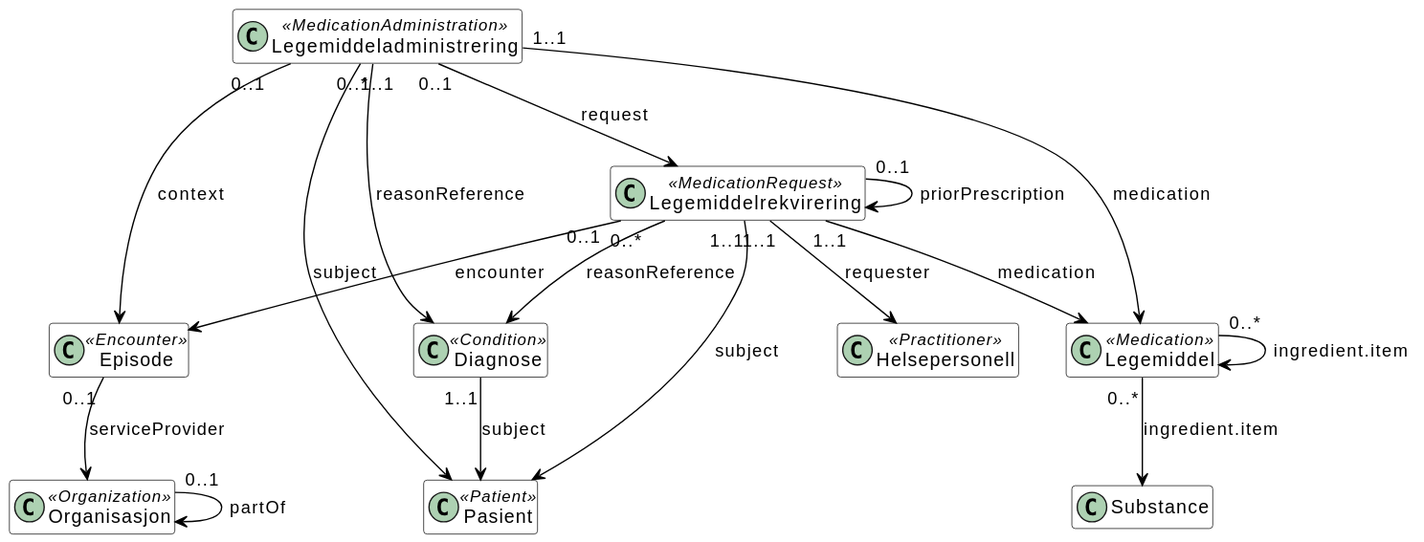
The PlantUML diagram LMDI/input/images/informasjonsmodell-enkel.svg in folkehelseinstituttet/LMDI, before a commit.
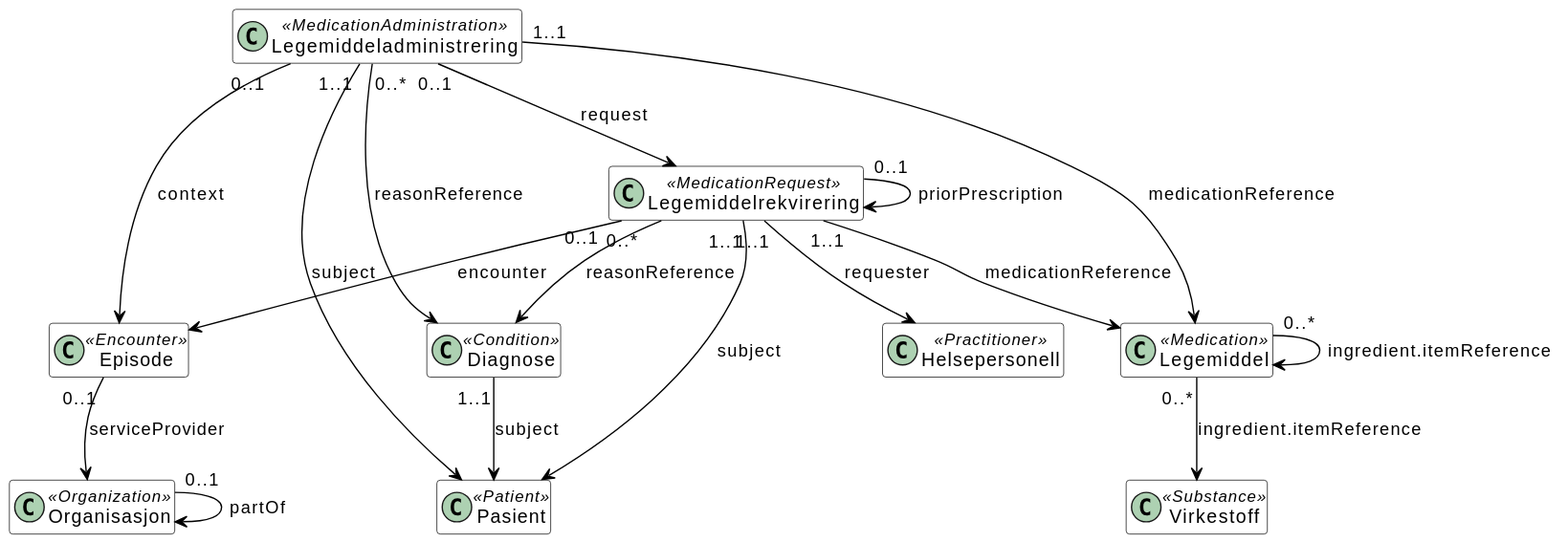
The same diagram one commit later.

Change to the diagram source:
```diff
@@ -14,18 +14,18 @@
 class Legemiddelrekvirering <<MedicationRequest>> [[StructureDefinition-lmdi-medicationrequest.html Legemiddelrekvirering _blank]]
 class Organisasjon <<Organization>> [[StructureDefinition-lmdi-organization.html Organisasjon _blank]]
 class Pasient <<Patient>> [[StructureDefinition-lmdi-patient.html Pasient _blank]]
-class Substance [[substance.html Substance _blank]]
+class Virkestoff <<Substance>> [[StructureDefinition-lmdi-substance.html Virkestoff _blank]]
 
 Diagnose "1..1" --> Pasient : "subject"
 Episode "0..1" --> Organisasjon : "serviceProvider"
-Legemiddel "0..*" --> Substance : "ingredient.item"
-Legemiddel "0..*" --> Legemiddel : "ingredient.item"
-Legemiddeladministrering "1..1" --> Legemiddel : "medication"
+Legemiddel "0..*" --> Virkestoff : "ingredient.itemReference"
+Legemiddel "0..*" --> Legemiddel : "ingredient.itemReference"
+Legemiddeladministrering "1..1" --> Legemiddel : "medicationReference"
 Legemiddeladministrering "1..1" --> Pasient : "subject"
 Legemiddeladministrering "0..1" --> Episode : "context"
 Legemiddeladministrering "0..*" --> Diagnose : "reasonReference"
 Legemiddeladministrering "0..1" --> Legemiddelrekvirering : "request"
-Legemiddelrekvirering "1..1" --> Legemiddel : "medication"
+Legemiddelrekvirering "1..1" --> Legemiddel : "medicationReference"
 Legemiddelrekvirering "1..1" --> Pasient : "subject"
 Legemiddelrekvirering "0..1" --> Episode : "encounter"
 Legemiddelrekvirering "1..1" --> Helsepersonell : "requester"
```
